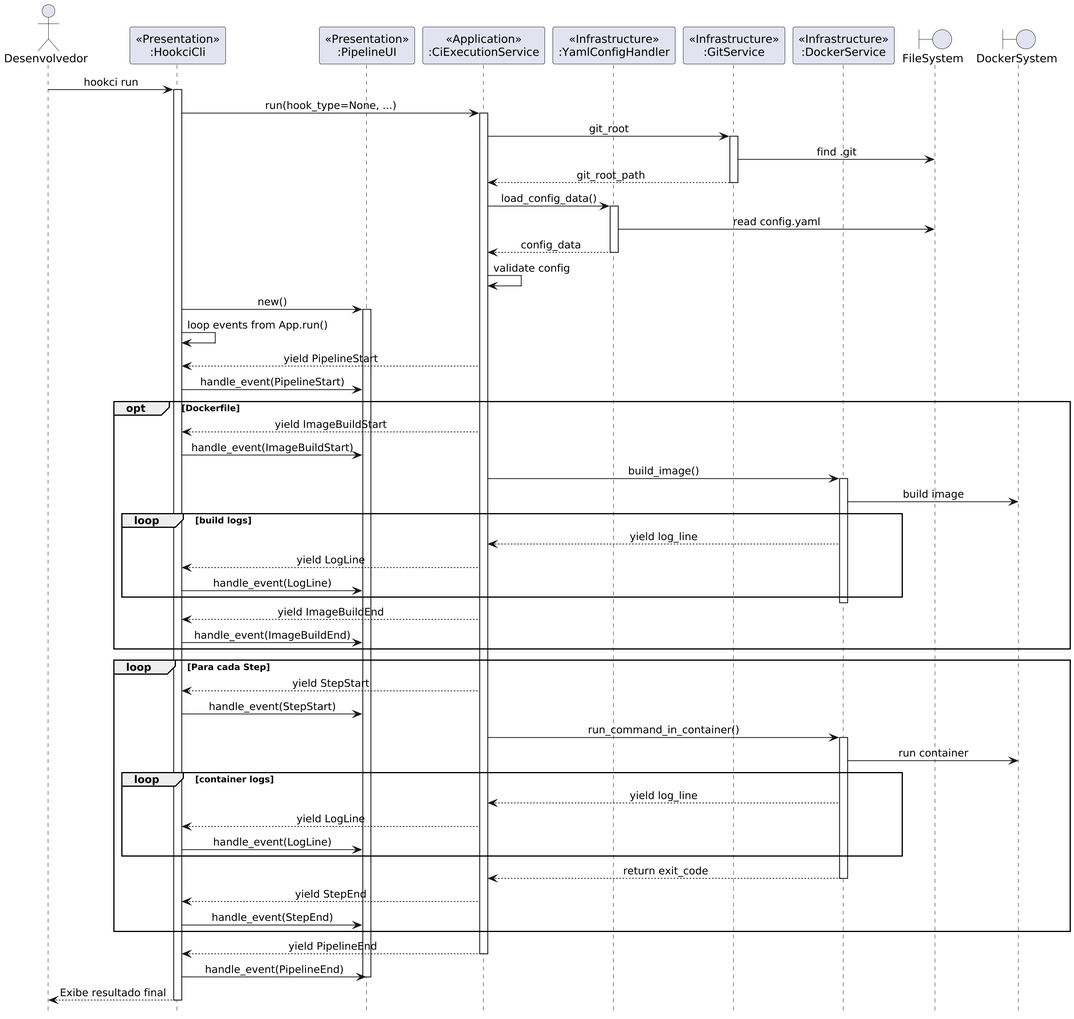
This is Artefatos/diagrams/sequence/run.png from h3nc4/tmp, a PlantUML export, as it was before one commit.
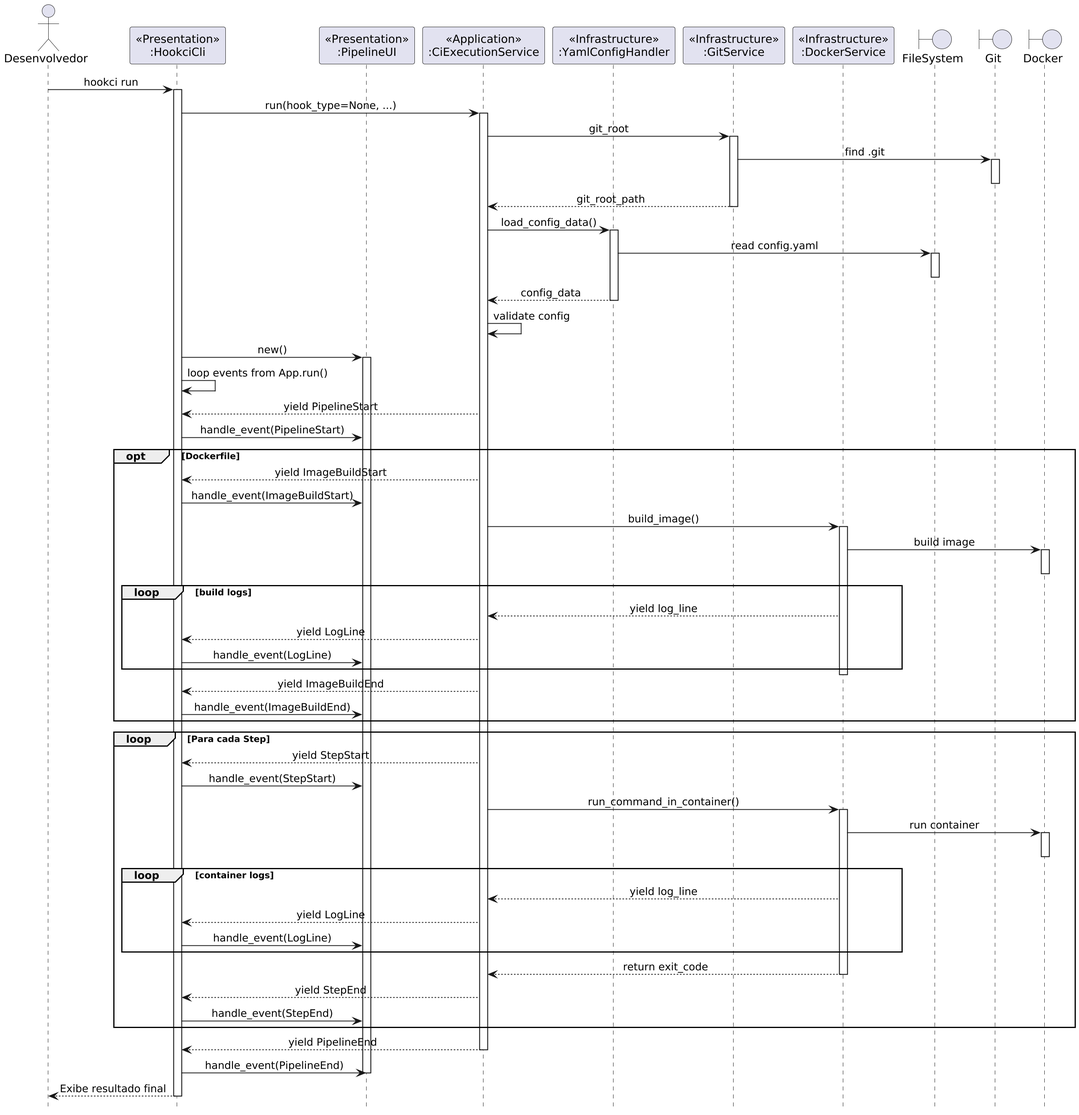
Later version of the same file.

The edit, as a diff of the source:
```diff
@@ -12,7 +12,8 @@
 participant "<<Infrastructure>>\n:GitService" as GitSvc
 participant "<<Infrastructure>>\n:DockerService" as DockerSvc
 boundary "FileSystem" as FS
-boundary "DockerSystem" as Docker
+boundary "Git" as Git
+boundary "Docker" as Docker
 
 User -> CLI : hookci run
 activate CLI
@@ -21,13 +22,17 @@
 
 App -> GitSvc : git_root
 activate GitSvc
-GitSvc -> FS : find .git
+GitSvc -> Git : find .git
+activate Git
+deactivate Git
 GitSvc --> App : git_root_path
 deactivate GitSvc
 
 App -> CfgHandler : load_config_data()
 activate CfgHandler
 CfgHandler -> FS : read config.yaml
+activate FS
+deactivate FS
 CfgHandler --> App : config_data
 deactivate CfgHandler
 App -> App : validate config
@@ -45,6 +50,8 @@
     App -> DockerSvc : build_image()
     activate DockerSvc
     DockerSvc -> Docker : build image
+    activate Docker
+    deactivate Docker
     loop build logs
         DockerSvc --> App : yield log_line
         App --> CLI : yield LogLine
@@ -61,6 +68,8 @@
     App -> DockerSvc : run_command_in_container()
     activate DockerSvc
     DockerSvc -> Docker : run container
+    activate Docker
+    deactivate Docker
     loop container logs
         DockerSvc --> App : yield log_line
         App --> CLI : yield LogLine
```
